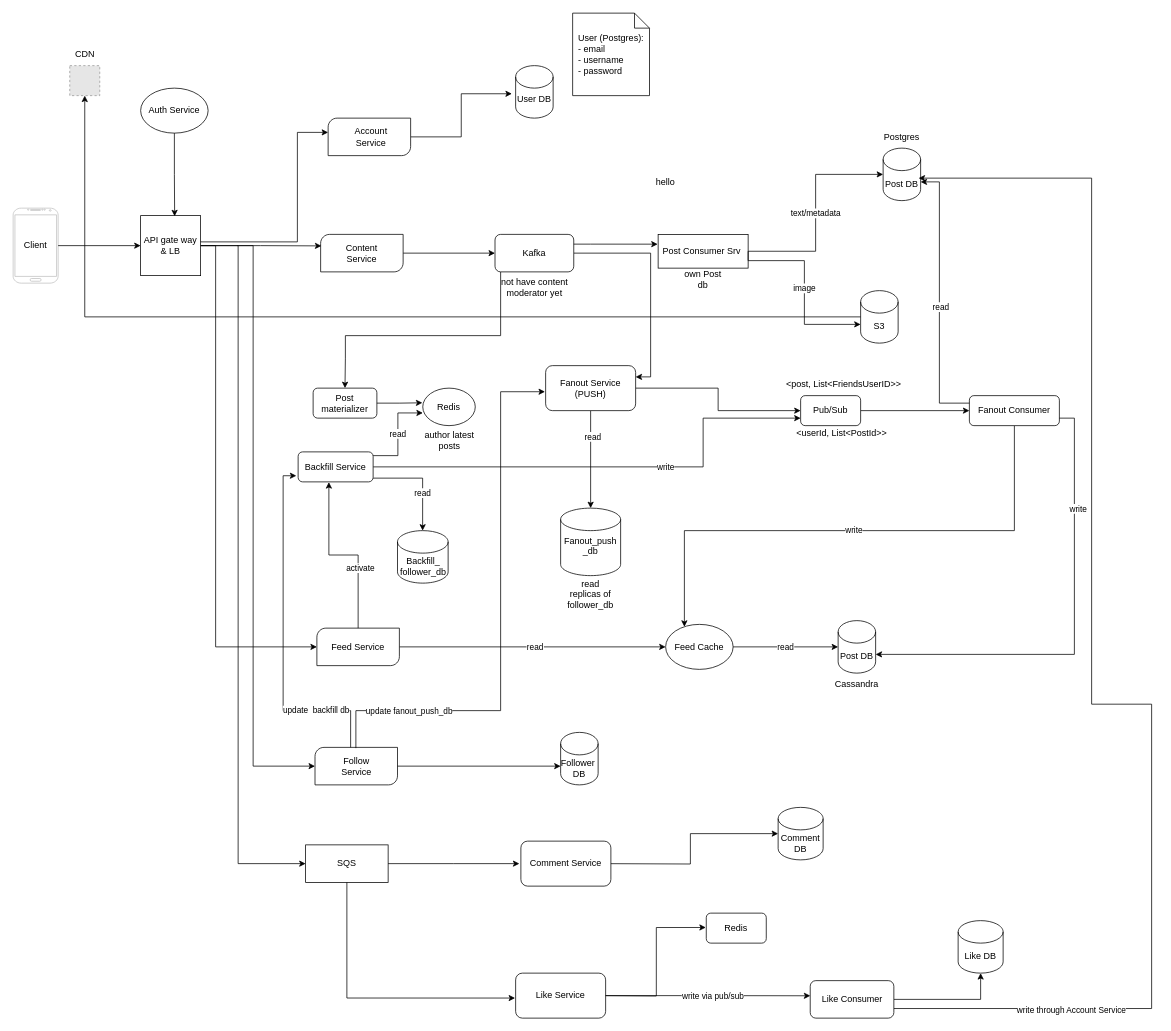
The draw.io diagram page "High Level Architecture" (1 of 2) of server/insta.drawio in hohoho1886/Instagram, before the edit. Source tidied: cells renumbered, new cells numbered last; positions are measured from the earlier drawing's top-left corner, leaving out a move shared by most shapes. Both pictures are drawn from the tidied source at 75%, with x=0, y=0 at pixel (13, 13). Pictures stored in the file or linked from it are replaced by grey dashed boxes.
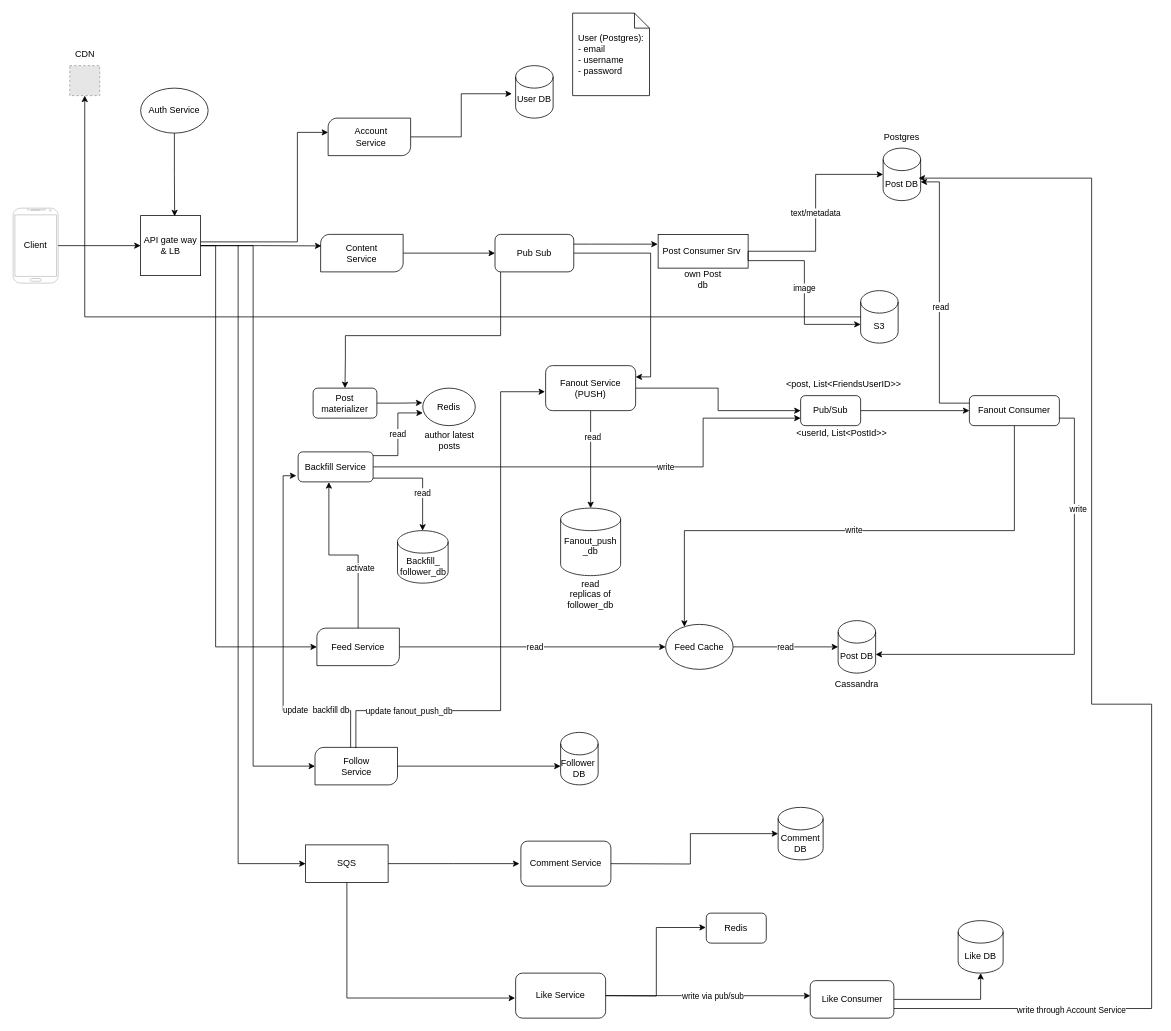
The same page after the edit.

What changed in the source:
```diff
@@
-    <mxCell id="22" value="&lt;div&gt;&lt;span style=&quot;background-color: transparent; color: light-dark(rgb(0, 0, 0), rgb(255, 255, 255));&quot;&gt;not have content moderator yet&lt;/span&gt;&lt;/div&gt;" style="rounded=1;whiteSpace=wrap;html=1;labelPosition=center;verticalLabelPosition=bottom;align=center;verticalAlign=top;" parent="1" vertex="1">
+    <mxCell id="22" style="rounded=1;whiteSpace=wrap;html=1;labelPosition=center;verticalLabelPosition=bottom;align=center;verticalAlign=top;" parent="1" vertex="1">
       <mxGeometry x="642.5" y="295" width="105" height="50" as="geometry" />
     </mxCell>
-    <mxCell id="23" value="Kafka" style="text;html=1;whiteSpace=wrap;strokeColor=none;fillColor=none;align=center;verticalAlign=middle;rounded=0;" parent="1" vertex="1">
+    <mxCell id="23" value="Pub Sub" style="text;html=1;whiteSpace=wrap;strokeColor=none;fillColor=none;align=center;verticalAlign=middle;rounded=0;" parent="1" vertex="1">
       <mxGeometry x="665" y="305" width="60" height="30" as="geometry" />
     </mxCell>
@@
-    <mxCell id="94" value="hello" style="text;html=1;whiteSpace=wrap;strokeColor=none;fillColor=none;align=center;verticalAlign=middle;rounded=0;" parent="1" vertex="1">
-      <mxGeometry x="840" y="210" width="60" height="30" as="geometry" />
-    </mxCell>
```
